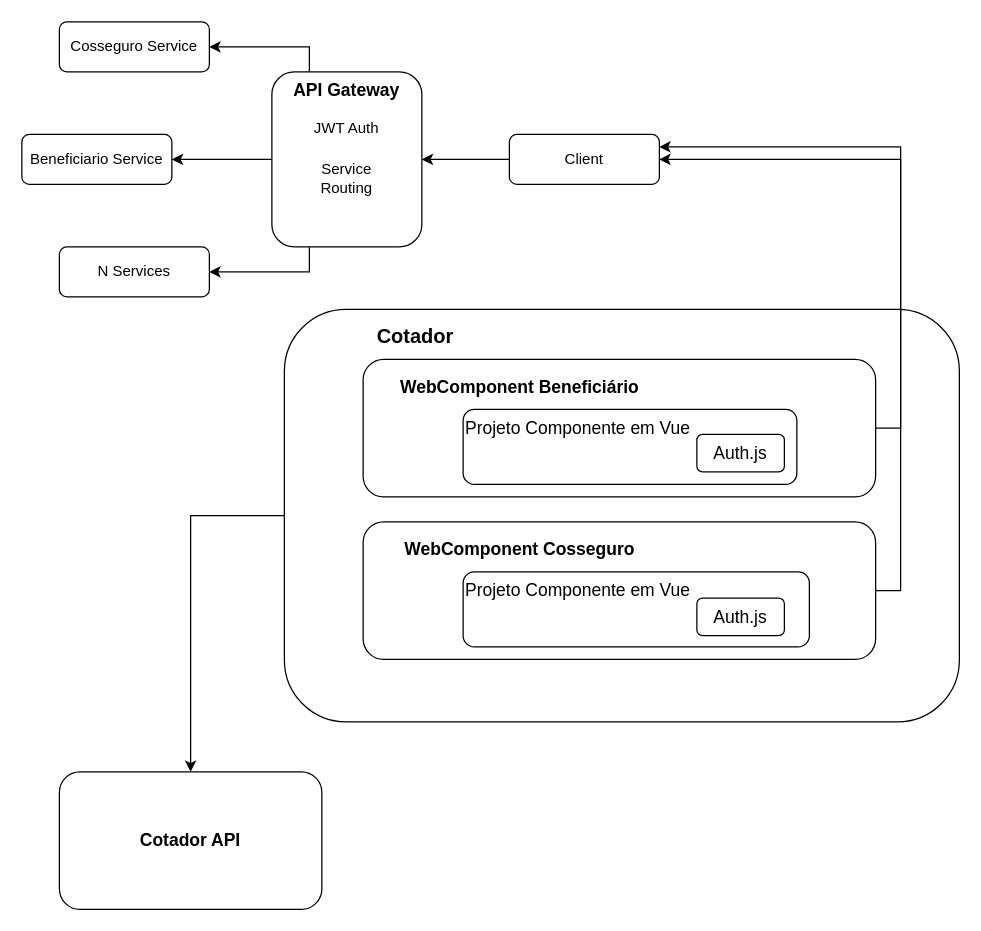
Above: Untitled Diagram.drawio in giovanniac/avaliacao-full-stack (draw.io), before the change. Source tidied: cells renumbered, new cells numbered last; positions are measured from the earlier drawing's top-left corner, leaving out a move shared by most shapes. Both pictures are drawn from the tidied source at 125%, with x=0, y=0 at pixel (21, 21).
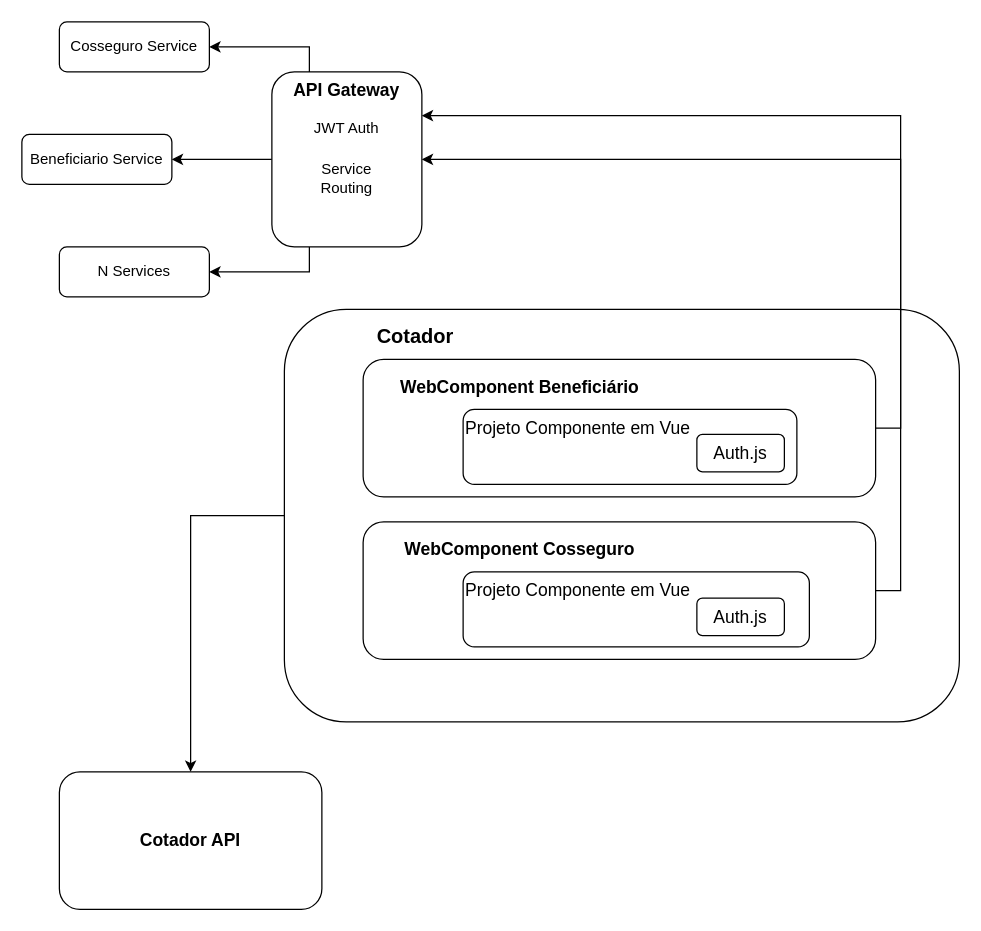
The same diagram, later.

The change refers to these unchanged cells:
```xml
<mxCell id="10" value="API Gateway" style="rounded=1;whiteSpace=wrap;html=1;fontSize=14;glass=0;strokeWidth=1;shadow=0;verticalAlign=top;fontStyle=1;" parent="1" vertex="1">
  <mxGeometry x="200" y="40" width="120" height="140" as="geometry" />
</mxCell>
<mxCell id="16" style="rounded=1;whiteSpace=wrap;html=1;fontSize=14;" parent="1" vertex="1">
  <mxGeometry x="273" y="270" width="410" height="110" as="geometry" />
</mxCell>
<mxCell id="20" style="rounded=1;whiteSpace=wrap;html=1;fontSize=14;" parent="1" vertex="1">
  <mxGeometry x="273" y="400" width="410" height="110" as="geometry" />
</mxCell>
```

What changed in the source:
```diff
@@
-    <mxCell id="11" style="edgeStyle=orthogonalEdgeStyle;rounded=0;jettySize=auto;html=1;exitX=0;exitY=0.5;exitDx=0;exitDy=0;entryX=1;entryY=0.5;entryDx=0;entryDy=0;" parent="1" edge="1" source="12" target="10">
-      <mxGeometry relative="1" as="geometry" />
-    </mxCell>
-    <mxCell id="12" value="Client" style="rounded=1;whiteSpace=wrap;html=1;fontSize=12;glass=0;strokeWidth=1;shadow=0;" parent="1" vertex="1">
-      <mxGeometry x="390" y="90" width="120" height="40" as="geometry" />
-    </mxCell>
@@
-    <mxCell id="15" style="edgeStyle=orthogonalEdgeStyle;rounded=0;jettySize=auto;html=1;exitX=1;exitY=0.5;exitDx=0;exitDy=0;entryX=1;entryY=0.5;entryDx=0;entryDy=0;fontSize=16;" parent="1" edge="1" source="16" target="12">
-      <mxGeometry relative="1" as="geometry" />
-    </mxCell>
+    <mxCell id="27" style="edgeStyle=orthogonalEdgeStyle;rounded=0;jettySize=auto;html=1;exitX=1;exitY=0.5;exitDx=0;exitDy=0;entryX=1;entryY=0.5;entryDx=0;entryDy=0;fontSize=14;" parent="1" edge="1" source="16" target="10">
+      <mxGeometry relative="1" as="geometry" />
+    </mxCell>
@@
-    <mxCell id="19" style="edgeStyle=orthogonalEdgeStyle;rounded=0;jettySize=auto;html=1;exitX=1;exitY=0.5;exitDx=0;exitDy=0;entryX=1;entryY=0.25;entryDx=0;entryDy=0;fontSize=16;" parent="1" edge="1" source="20" target="12">
-      <mxGeometry relative="1" as="geometry" />
-    </mxCell>
+    <mxCell id="28" style="edgeStyle=orthogonalEdgeStyle;rounded=0;jettySize=auto;html=1;exitX=1;exitY=0.5;exitDx=0;exitDy=0;entryX=1;entryY=0.25;entryDx=0;entryDy=0;fontSize=14;" parent="1" edge="1" source="20" target="10">
+      <mxGeometry relative="1" as="geometry" />
+    </mxCell>
```
